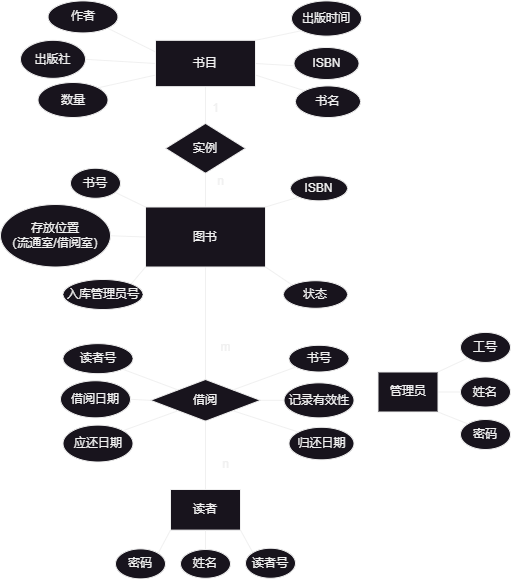
The draw.io diagram Lab2/数据库ER图（新）.png in gmh1627/Data-Base-Lab, before a commit. Source tidied: cells renumbered, new cells last; positions are measured from the earlier drawing's top-left corner, leaving out a move shared by most shapes.
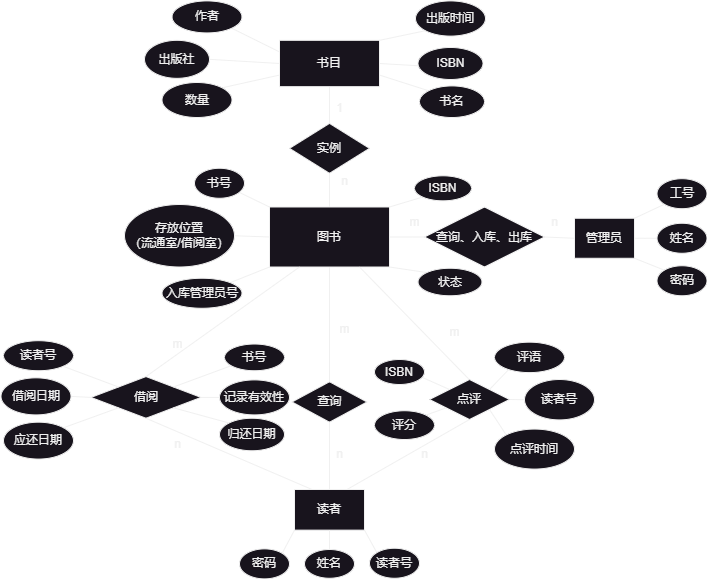
The same diagram one commit later.

Change to the diagram source:
```diff
@@ -6,15 +6,15 @@
       <mxGeometry x="145" y="206.5" width="120" height="60" as="geometry" />
     </mxCell>
     <mxCell id="3" value="借阅" style="rhombus;whiteSpace=wrap;html=1;rounded=0;" parent="1" vertex="1">
-      <mxGeometry x="150" y="379" width="110" height="41.7" as="geometry" />
+      <mxGeometry x="-33.5" y="376.1" width="110" height="41.7" as="geometry" />
     </mxCell>
     <mxCell id="4" value="读者" style="whiteSpace=wrap;html=1;rounded=0;" parent="1" vertex="1">
       <mxGeometry x="170" y="489" width="70" height="40.6" as="geometry" />
     </mxCell>
-    <mxCell id="5" style="endArrow=none;html=1;rounded=0;exitX=0.5;exitY=1;exitDx=0;exitDy=0;entryX=0.5;entryY=0;entryDx=0;entryDy=0;" parent="1" edge="1" source="2" target="3">
+    <mxCell id="5" style="endArrow=none;html=1;rounded=0;exitX=0.25;exitY=1;exitDx=0;exitDy=0;entryX=0.5;entryY=0;entryDx=0;entryDy=0;" parent="1" edge="1" source="2" target="3">
       <mxGeometry relative="1" as="geometry" />
     </mxCell>
-    <mxCell id="6" style="endArrow=none;html=1;rounded=0;exitX=0.5;exitY=0;exitDx=0;exitDy=0;entryX=0.5;entryY=1;entryDx=0;entryDy=0;" parent="1" edge="1" source="4" target="3">
+    <mxCell id="6" style="endArrow=none;html=1;rounded=0;exitX=0.25;exitY=0;exitDx=0;exitDy=0;entryX=0.5;entryY=1;entryDx=0;entryDy=0;" parent="1" edge="1" source="4" target="3">
       <mxGeometry relative="1" as="geometry" />
     </mxCell>
     <mxCell id="7" style="endArrow=none;html=1;rounded=0;entryX=1;entryY=1;entryDx=0;entryDy=0;exitX=0;exitY=0;exitDx=0;exitDy=0;" parent="1" edge="1" source="9" target="4">
@@ -54,19 +54,19 @@
       <mxGeometry relative="1" as="geometry" />
     </mxCell>
     <mxCell id="19" value="状态" style="ellipse;whiteSpace=wrap;html=1;" parent="1" vertex="1">
-      <mxGeometry x="283" y="280.2" width="64" height="27.5" as="geometry" />
+      <mxGeometry x="293.5" y="267.8" width="64" height="27.5" as="geometry" />
     </mxCell>
     <mxCell id="20" value="管理员" style="rounded=0;whiteSpace=wrap;html=1;direction=east;" parent="1" vertex="1">
-      <mxGeometry x="377.5" y="371.5" width="60" height="40" as="geometry" />
+      <mxGeometry x="450" y="217.8" width="60" height="40" as="geometry" />
     </mxCell>
     <mxCell id="21" value="工号" style="ellipse;whiteSpace=wrap;html=1;" parent="1" vertex="1">
-      <mxGeometry x="460" y="331.9" width="50" height="30" as="geometry" />
+      <mxGeometry x="532.5" y="178.2" width="50" height="30" as="geometry" />
     </mxCell>
     <mxCell id="22" value="姓名" style="ellipse;whiteSpace=wrap;html=1;" parent="1" vertex="1">
-      <mxGeometry x="460" y="376.5" width="50" height="30" as="geometry" />
+      <mxGeometry x="532.5" y="222.8" width="50" height="30" as="geometry" />
     </mxCell>
     <mxCell id="23" value="密码" style="ellipse;whiteSpace=wrap;html=1;" parent="1" vertex="1">
-      <mxGeometry x="460" y="419" width="50" height="30" as="geometry" />
+      <mxGeometry x="532.5" y="265.3" width="50" height="30" as="geometry" />
     </mxCell>
     <mxCell id="24" style="endArrow=none;html=1;rounded=0;entryX=0;entryY=1;entryDx=0;entryDy=0;exitX=1;exitY=0;exitDx=0;exitDy=0;" parent="1" edge="1" source="20" target="21">
       <mxGeometry relative="1" as="geometry" />
@@ -117,19 +117,19 @@
       <mxGeometry relative="1" as="geometry" />
     </mxCell>
     <mxCell id="39" value="借阅日期" style="ellipse;whiteSpace=wrap;html=1;" parent="1" vertex="1">
-      <mxGeometry x="60" y="380.3" width="70" height="37.1" as="geometry" />
+      <mxGeometry x="-123.5" y="377.3" width="70" height="37.1" as="geometry" />
     </mxCell>
     <mxCell id="40" value="读者号" style="ellipse;whiteSpace=wrap;html=1;" parent="1" vertex="1">
-      <mxGeometry x="62.5" y="343.1" width="70" height="30" as="geometry" />
+      <mxGeometry x="-121" y="340.2" width="70" height="30" as="geometry" />
     </mxCell>
     <mxCell id="41" value="归还日期" style="ellipse;whiteSpace=wrap;html=1;" parent="1" vertex="1">
-      <mxGeometry x="288.5" y="426.8" width="65" height="32.5" as="geometry" />
+      <mxGeometry x="95" y="417.7" width="65" height="32.5" as="geometry" />
     </mxCell>
     <mxCell id="42" value="书号" style="ellipse;whiteSpace=wrap;html=1;" parent="1" vertex="1">
-      <mxGeometry x="288.5" y="344.8" width="60" height="26.7" as="geometry" />
+      <mxGeometry x="100" y="343.5" width="60" height="26.7" as="geometry" />
     </mxCell>
     <mxCell id="43" value="应还日期" style="ellipse;whiteSpace=wrap;html=1;" parent="1" vertex="1">
-      <mxGeometry x="62.5" y="424.6" width="70" height="36.9" as="geometry" />
+      <mxGeometry x="-121" y="421.7" width="70" height="36.9" as="geometry" />
     </mxCell>
     <mxCell id="44" style="endArrow=none;html=1;rounded=0;exitX=1;exitY=0;exitDx=0;exitDy=0;" parent="1" edge="1" source="3" target="42">
       <mxGeometry relative="1" as="geometry" />
@@ -153,10 +153,10 @@
       <mxGeometry relative="1" as="geometry" />
     </mxCell>
     <mxCell id="51" value="m" style="text;html=1;align=center;verticalAlign=middle;strokeColor=none;fillColor=none;" parent="1" vertex="1">
-      <mxGeometry x="210" y="331.9" width="30" height="30" as="geometry" />
+      <mxGeometry x="37.5" y="329" width="30" height="30" as="geometry" />
     </mxCell>
     <mxCell id="52" value="n" style="text;html=1;align=center;verticalAlign=middle;strokeColor=none;fillColor=none;" parent="1" vertex="1">
-      <mxGeometry x="210" y="449" width="30" height="30" as="geometry" />
+      <mxGeometry x="37.5" y="428.6" width="30" height="30" as="geometry" />
     </mxCell>
     <mxCell id="53" value="实例" style="rhombus;whiteSpace=wrap;html=1;" parent="1" vertex="1">
       <mxGeometry x="165" y="122.9" width="80" height="49.9" as="geometry" />
@@ -180,7 +180,7 @@
       <mxGeometry relative="1" as="geometry" />
     </mxCell>
     <mxCell id="60" value="入库管理员号" style="ellipse;whiteSpace=wrap;html=1;" parent="1" vertex="1">
-      <mxGeometry x="62.5" y="279" width="80" height="30" as="geometry" />
+      <mxGeometry x="37.5" y="277.8" width="80" height="30" as="geometry" />
     </mxCell>
     <mxCell id="61" value="出版时间" style="ellipse;whiteSpace=wrap;html=1;" parent="1" vertex="1">
       <mxGeometry x="291" y="0.4" width="70" height="35.2" as="geometry" />
@@ -189,10 +189,90 @@
       <mxGeometry relative="1" as="geometry" />
     </mxCell>
     <mxCell id="63" value="记录有效性" style="ellipse;whiteSpace=wrap;html=1;" parent="1" vertex="1">
-      <mxGeometry x="283.5" y="382.3" width="70" height="35" as="geometry" />
+      <mxGeometry x="95" y="379.4" width="70" height="35" as="geometry" />
     </mxCell>
     <mxCell id="64" value="1" style="text;html=1;align=center;verticalAlign=middle;strokeColor=none;fillColor=none;" parent="1" vertex="1">
       <mxGeometry x="200" y="92.9" width="30" height="30" as="geometry" />
     </mxCell>
+    <mxCell id="65" style="endArrow=none;html=1;rounded=0;exitX=1;exitY=0.5;exitDx=0;exitDy=0;entryX=0;entryY=0.5;entryDx=0;entryDy=0;" parent="1" edge="1" source="2" target="66">
+      <mxGeometry relative="1" as="geometry" />
+    </mxCell>
+    <mxCell id="66" value="查询、入库、出库" style="rhombus;whiteSpace=wrap;html=1;" parent="1" vertex="1">
+      <mxGeometry x="300" y="206.5" width="120" height="60" as="geometry" />
+    </mxCell>
+    <mxCell id="67" style="endArrow=none;html=1;rounded=0;exitX=1;exitY=0.5;exitDx=0;exitDy=0;entryX=0;entryY=0.5;entryDx=0;entryDy=0;" parent="1" edge="1" source="66" target="20">
+      <mxGeometry relative="1" as="geometry" />
+    </mxCell>
+    <mxCell id="68" value="m" style="text;html=1;align=center;verticalAlign=middle;strokeColor=none;fillColor=none;" parent="1" vertex="1">
+      <mxGeometry x="275" y="207" width="30" height="30" as="geometry" />
+    </mxCell>
+    <mxCell id="69" value="n" style="text;html=1;align=center;verticalAlign=middle;strokeColor=none;fillColor=none;" parent="1" vertex="1">
+      <mxGeometry x="415" y="207" width="30" height="30" as="geometry" />
+    </mxCell>
+    <mxCell id="70" style="endArrow=none;html=1;rounded=0;exitX=0.5;exitY=1;exitDx=0;exitDy=0;entryX=0.5;entryY=0;entryDx=0;entryDy=0;" parent="1" edge="1" source="2" target="72">
+      <mxGeometry relative="1" as="geometry" />
+    </mxCell>
+    <mxCell id="71" value="m" style="text;html=1;align=center;verticalAlign=middle;strokeColor=none;fillColor=none;" parent="1" vertex="1">
+      <mxGeometry x="205" y="313.5" width="30" height="30" as="geometry" />
+    </mxCell>
+    <mxCell id="72" value="查询" style="rhombus;whiteSpace=wrap;html=1;" parent="1" vertex="1">
+      <mxGeometry x="167.5" y="381.3" width="75" height="40.4" as="geometry" />
+    </mxCell>
+    <mxCell id="73" style="edgeStyle=orthogonalEdgeStyle;rounded=0;orthogonalLoop=1;jettySize=auto;html=1;exitX=0.5;exitY=1;exitDx=0;exitDy=0;" parent="1" edge="1" source="72" target="72">
+      <mxGeometry relative="1" as="geometry" />
+    </mxCell>
+    <mxCell id="74" style="endArrow=none;html=1;rounded=0;exitX=0.5;exitY=1;exitDx=0;exitDy=0;entryX=0.5;entryY=0;entryDx=0;entryDy=0;" parent="1" edge="1" source="72" target="4">
+      <mxGeometry relative="1" as="geometry" />
+    </mxCell>
+    <mxCell id="75" value="n" style="text;html=1;align=center;verticalAlign=middle;strokeColor=none;fillColor=none;" parent="1" vertex="1">
+      <mxGeometry x="200" y="439" width="30" height="30" as="geometry" />
+    </mxCell>
+    <mxCell id="76" style="endArrow=none;html=1;rounded=0;exitX=0.75;exitY=1;exitDx=0;exitDy=0;entryX=0.538;entryY=0.085;entryDx=0;entryDy=0;entryPerimeter=0;" parent="1" edge="1" source="2" target="78">
+      <mxGeometry relative="1" as="geometry" />
+    </mxCell>
+    <mxCell id="77" value="m" style="text;html=1;align=center;verticalAlign=middle;strokeColor=none;fillColor=none;" parent="1" vertex="1">
+      <mxGeometry x="315" y="317" width="30" height="30" as="geometry" />
+    </mxCell>
+    <mxCell id="78" value="点评" style="rhombus;whiteSpace=wrap;html=1;" parent="1" vertex="1">
+      <mxGeometry x="305" y="379" width="80" height="40" as="geometry" />
+    </mxCell>
+    <mxCell id="79" style="endArrow=none;html=1;rounded=0;exitX=0.75;exitY=0;exitDx=0;exitDy=0;entryX=0.5;entryY=1;entryDx=0;entryDy=0;" parent="1" edge="1" source="4" target="78">
+      <mxGeometry relative="1" as="geometry" />
+    </mxCell>
+    <mxCell id="80" value="n" style="text;html=1;align=center;verticalAlign=middle;strokeColor=none;fillColor=none;" parent="1" vertex="1">
+      <mxGeometry x="285" y="439" width="30" height="30" as="geometry" />
+    </mxCell>
+    <mxCell id="81" style="endArrow=none;html=1;rounded=0;entryX=1;entryY=1;entryDx=0;entryDy=0;exitX=0;exitY=0;exitDx=0;exitDy=0;" parent="1" edge="1" source="82" target="78">
+      <mxGeometry relative="1" as="geometry" />
+    </mxCell>
+    <mxCell id="82" value="点评时间" style="ellipse;whiteSpace=wrap;html=1;" parent="1" vertex="1">
+      <mxGeometry x="370" y="428.6" width="80" height="40" as="geometry" />
+    </mxCell>
+    <mxCell id="83" style="endArrow=none;html=1;rounded=0;entryX=1;entryY=0;entryDx=0;entryDy=0;exitX=0.208;exitY=0.888;exitDx=0;exitDy=0;exitPerimeter=0;" parent="1" edge="1" source="84" target="78">
+      <mxGeometry relative="1" as="geometry" />
+    </mxCell>
+    <mxCell id="84" value="评语" style="ellipse;whiteSpace=wrap;html=1;" parent="1" vertex="1">
+      <mxGeometry x="370" y="341.7" width="70" height="30.4" as="geometry" />
+    </mxCell>
+    <mxCell id="85" style="endArrow=none;html=1;rounded=0;exitX=1;exitY=0;exitDx=0;exitDy=0;" parent="1" edge="1" source="86" target="78">
+      <mxGeometry relative="1" as="geometry" />
+    </mxCell>
+    <mxCell id="86" value="评分" style="ellipse;whiteSpace=wrap;html=1;" parent="1" vertex="1">
+      <mxGeometry x="250" y="410.2" width="60" height="28.8" as="geometry" />
+    </mxCell>
+    <mxCell id="87" style="endArrow=none;html=1;rounded=0;entryX=0;entryY=0;entryDx=0;entryDy=0;" parent="1" edge="1" target="78">
+      <mxGeometry relative="1" as="geometry">
+        <mxPoint x="280" y="369" as="sourcePoint" />
+      </mxGeometry>
+    </mxCell>
+    <mxCell id="88" value="ISBN" style="ellipse;whiteSpace=wrap;html=1;" parent="1" vertex="1">
+      <mxGeometry x="250" y="359" width="50" height="25" as="geometry" />
+    </mxCell>
+    <mxCell id="89" style="endArrow=none;html=1;rounded=0;entryX=1;entryY=0.5;entryDx=0;entryDy=0;exitX=0;exitY=0.5;exitDx=0;exitDy=0;" parent="1" edge="1" source="90" target="78">
+      <mxGeometry relative="1" as="geometry" />
+    </mxCell>
+    <mxCell id="90" value="读者号" style="ellipse;whiteSpace=wrap;html=1;" parent="1" vertex="1">
+      <mxGeometry x="400" y="379" width="70" height="40.4" as="geometry" />
+    </mxCell>
   </root>
 </mxGraphModel>
```
